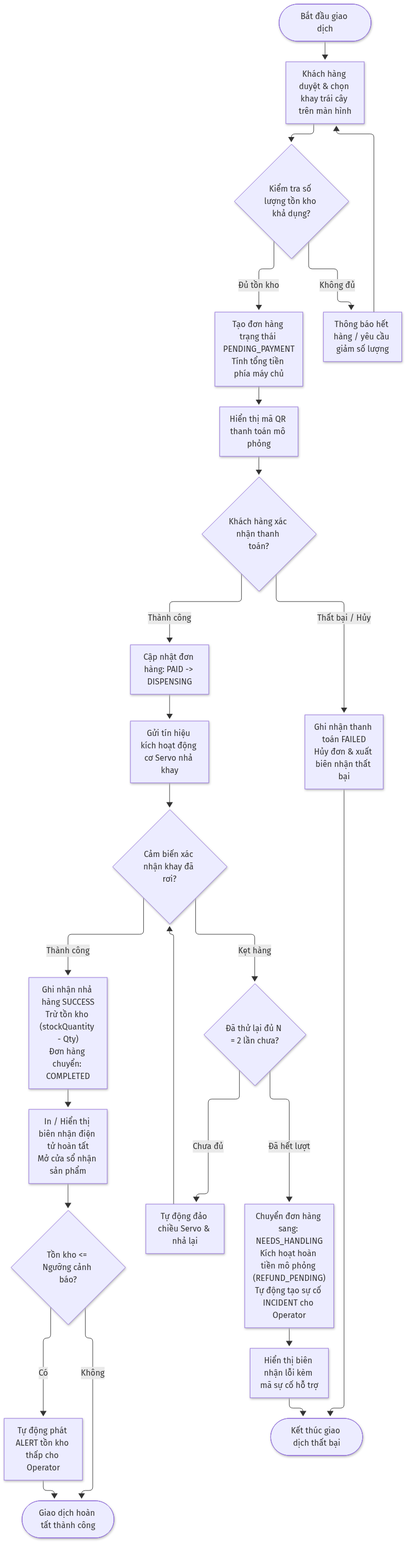
Earlier version of the Mermaid export diagrams/diagram_11_flowchart.png (nguyenxuanhieu2903/Freshvend-test). Its source is kept beside it as diagrams/diagram_11_flowchart.mmd. Its diagram source:
```mermaid
flowchart TD
    START(["Bắt đầu giao dịch"]) --> SELECT["Khách hàng duyệt & chọn khay trái cây trên màn hình"]
    SELECT --> CHECK_STOCK{"Kiểm tra số lượng tồn kho khả dụng?"}

    CHECK_STOCK -->|Không đủ| OUT_OF_STOCK["Thông báo hết hàng / yêu cầu giảm số lượng"]
    OUT_OF_STOCK --> SELECT

    CHECK_STOCK -->|Đủ tồn kho| CREATE_ORD["Tạo đơn hàng trạng thái PENDING_PAYMENT<br/>Tính tổng tiền phía máy chủ"]
    CREATE_ORD --> DISPLAY_PAY["Hiển thị mã QR thanh toán mô phỏng"]
    DISPLAY_PAY --> PAY_ACTION{"Khách hàng xác nhận thanh toán?"}

    PAY_ACTION -->|Thất bại / Hủy| CANCEL_PAY["Ghi nhận thanh toán FAILED<br/>Hủy đơn & xuất biên nhận thất bại"]
    CANCEL_PAY --> END_FAIL(["Kết thúc giao dịch thất bại"])

    PAY_ACTION -->|Thành công| SET_PAID["Cập nhật đơn hàng: PAID -> DISPENSING"]
    SET_PAID --> SEND_SERVO["Gửi tín hiệu kích hoạt động cơ Servo nhả khay"]
    SEND_SERVO --> VERIFY_DISP{"Cảm biến xác nhận khay đã rơi?"}

    VERIFY_DISP -->|Thành công| DISP_OK["Ghi nhận nhả hàng SUCCESS<br/>Trừ tồn kho (stockQuantity - Qty)<br/>Đơn hàng chuyển: COMPLETED"]
    DISP_OK --> RECEIPT["In / Hiển thị biên nhận điện tử hoàn tất<br/>Mở cửa sổ nhận sản phẩm"]
    RECEIPT --> CHECK_LOW{"Tồn kho <= Ngưỡng cảnh báo?"}

    CHECK_LOW -->|Có| GEN_ALERT["Tự động phát ALERT tồn kho thấp cho Operator"]
    CHECK_LOW -->|Không| END_SUCCESS(["Giao dịch hoàn tất thành công"])
    GEN_ALERT --> END_SUCCESS

    VERIFY_DISP -->|Kẹt hàng| RETRY_CHECK{"Đã thử lại đủ N = 2 lần chưa?"}
    RETRY_CHECK -->|Chưa đủ| RETRY_SERVO["Tự động đảo chiều Servo & nhả lại"]
    RETRY_SERVO --> VERIFY_DISP

    RETRY_CHECK -->|Đã hết lượt| DISP_FAIL["Chuyển đơn hàng sang: NEEDS_HANDLING<br/>Kích hoạt hoàn tiền mô phỏng (REFUND_PENDING)<br/>Tự động tạo sự cố INCIDENT cho Operator"]
    DISP_FAIL --> RECEIPT_ERR["Hiển thị biên nhận lỗi kèm mã sự cố hỗ trợ"]
    RECEIPT_ERR --> END_FAIL
```
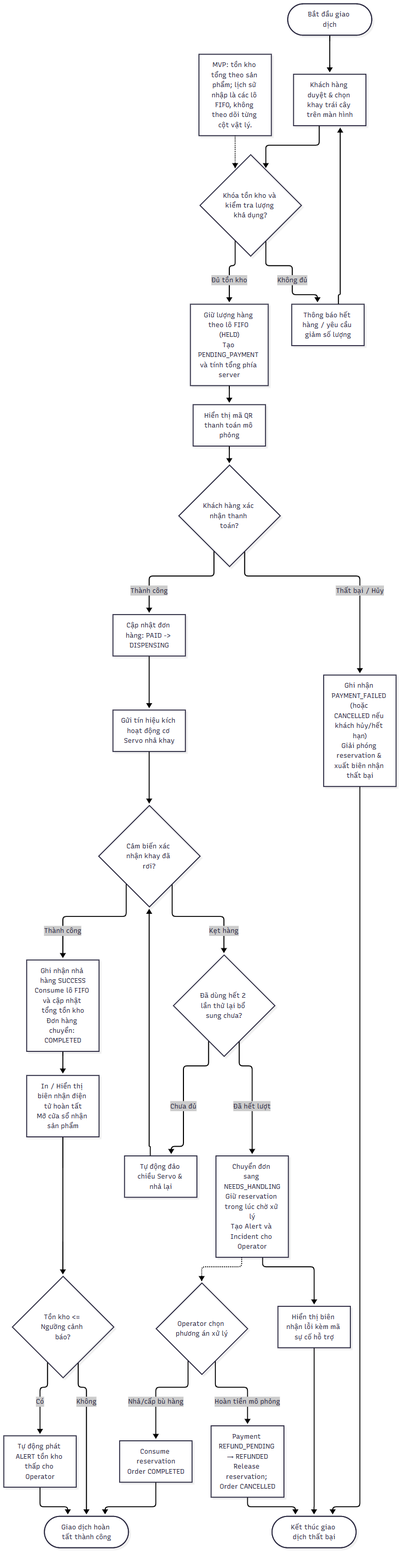
Above is the later version.

What changed in the source:
```diff
@@ -1,22 +1,22 @@
 flowchart TD
     START(["Bắt đầu giao dịch"]) --> SELECT["Khách hàng duyệt & chọn khay trái cây trên màn hình"]
-    SELECT --> CHECK_STOCK{"Kiểm tra số lượng tồn kho khả dụng?"}
+    SELECT --> CHECK_STOCK{"Khóa tồn kho và kiểm tra lượng khả dụng?"}
 
     CHECK_STOCK -->|Không đủ| OUT_OF_STOCK["Thông báo hết hàng / yêu cầu giảm số lượng"]
     OUT_OF_STOCK --> SELECT
 
-    CHECK_STOCK -->|Đủ tồn kho| CREATE_ORD["Tạo đơn hàng trạng thái PENDING_PAYMENT<br/>Tính tổng tiền phía máy chủ"]
+    CHECK_STOCK -->|Đủ tồn kho| CREATE_ORD["Giữ lượng hàng theo lô FIFO (HELD)<br/>Tạo PENDING_PAYMENT và tính tổng phía server"]
     CREATE_ORD --> DISPLAY_PAY["Hiển thị mã QR thanh toán mô phỏng"]
     DISPLAY_PAY --> PAY_ACTION{"Khách hàng xác nhận thanh toán?"}
 
-    PAY_ACTION -->|Thất bại / Hủy| CANCEL_PAY["Ghi nhận thanh toán FAILED<br/>Hủy đơn & xuất biên nhận thất bại"]
+    PAY_ACTION -->|Thất bại / Hủy| CANCEL_PAY["Ghi nhận PAYMENT_FAILED (hoặc CANCELLED nếu khách hủy/hết hạn)<br/>Giải phóng reservation & xuất biên nhận thất bại"]
     CANCEL_PAY --> END_FAIL(["Kết thúc giao dịch thất bại"])
 
     PAY_ACTION -->|Thành công| SET_PAID["Cập nhật đơn hàng: PAID -> DISPENSING"]
     SET_PAID --> SEND_SERVO["Gửi tín hiệu kích hoạt động cơ Servo nhả khay"]
     SEND_SERVO --> VERIFY_DISP{"Cảm biến xác nhận khay đã rơi?"}
 
-    VERIFY_DISP -->|Thành công| DISP_OK["Ghi nhận nhả hàng SUCCESS<br/>Trừ tồn kho (stockQuantity - Qty)<br/>Đơn hàng chuyển: COMPLETED"]
+    VERIFY_DISP -->|Thành công| DISP_OK["Ghi nhận nhả hàng SUCCESS<br/>Consume lô FIFO và cập nhật tổng tồn kho<br/>Đơn hàng chuyển: COMPLETED"]
     DISP_OK --> RECEIPT["In / Hiển thị biên nhận điện tử hoàn tất<br/>Mở cửa sổ nhận sản phẩm"]
     RECEIPT --> CHECK_LOW{"Tồn kho <= Ngưỡng cảnh báo?"}
 
@@ -24,10 +24,20 @@
     CHECK_LOW -->|Không| END_SUCCESS(["Giao dịch hoàn tất thành công"])
     GEN_ALERT --> END_SUCCESS
 
-    VERIFY_DISP -->|Kẹt hàng| RETRY_CHECK{"Đã thử lại đủ N = 2 lần chưa?"}
+    VERIFY_DISP -->|Kẹt hàng| RETRY_CHECK{"Đã dùng hết 2 lần thử lại bổ sung chưa?"}
     RETRY_CHECK -->|Chưa đủ| RETRY_SERVO["Tự động đảo chiều Servo & nhả lại"]
     RETRY_SERVO --> VERIFY_DISP
 
-    RETRY_CHECK -->|Đã hết lượt| DISP_FAIL["Chuyển đơn hàng sang: NEEDS_HANDLING<br/>Kích hoạt hoàn tiền mô phỏng (REFUND_PENDING)<br/>Tự động tạo sự cố INCIDENT cho Operator"]
+    RETRY_CHECK -->|Đã hết lượt| DISP_FAIL["Chuyển đơn sang NEEDS_HANDLING<br/>Giữ reservation trong lúc chờ xử lý<br/>Tạo Alert và Incident cho Operator"]
     DISP_FAIL --> RECEIPT_ERR["Hiển thị biên nhận lỗi kèm mã sự cố hỗ trợ"]
     RECEIPT_ERR --> END_FAIL
+
+    OP_RESOLVE{"Operator chọn phương án xử lý"}
+    DISP_FAIL -.-> OP_RESOLVE
+    OP_RESOLVE -->|Nhả/cấp bù hàng| OP_COMPLETE["Consume reservation<br/>Order COMPLETED"]
+    OP_RESOLVE -->|Hoàn tiền mô phỏng| REFUND["Payment REFUND_PENDING → REFUNDED<br/>Release reservation; Order CANCELLED"]
+    OP_COMPLETE --> END_SUCCESS
+    REFUND --> END_FAIL
+
+    NOTE["MVP: tồn kho tổng theo sản phẩm; lịch sử nhập là các lô FIFO, không theo dõi từng cột vật lý."]
+    NOTE -.-> CHECK_STOCK
```
